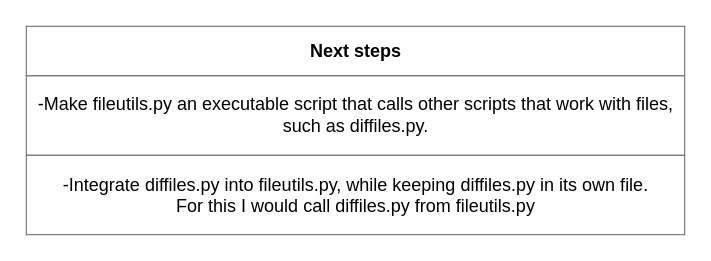
This is plan.drawio from cyber-caveman/fileutils, a draw.io file, before an edit. Source tidied: cells renumbered, new cells numbered last; positions are measured from the earlier drawing's top-left corner, leaving out a move shared by most shapes. Both pictures are drawn from the tidied source at 150%, with x=0, y=0 at pixel (26, 26).
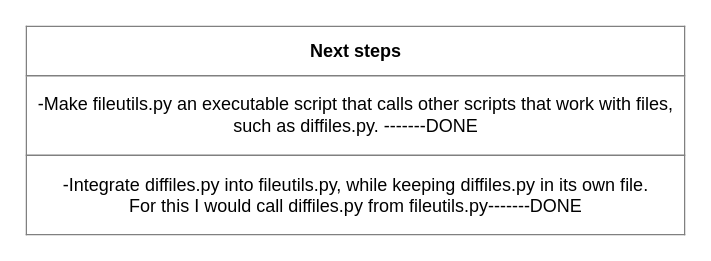
After the change.

Commit message:
Added calls to getconfig and getlines in main()

Diff of the diagram source:
```diff
@@
 <mxGraphModel>
   <root>
     <mxCell id="0" />
     <mxCell id="1" parent="0" />
-    <mxCell id="2" value="&lt;table border=&quot;1&quot; width=&quot;100%&quot; cellpadding=&quot;4&quot; style=&quot;width: 100% ; height: 100% ; border-collapse: collapse&quot;&gt;&lt;tbody&gt;&lt;tr&gt;&lt;th align=&quot;center&quot;&gt;&lt;b&gt;Next steps&lt;/b&gt;&lt;/th&gt;&lt;/tr&gt;&lt;tr&gt;&lt;td align=&quot;center&quot;&gt;-Make fileutils.py an executable script that calls other scripts that work with files,&lt;br&gt;such as diffiles.py.&lt;br&gt;&lt;/td&gt;&lt;/tr&gt;&lt;tr&gt;&lt;td align=&quot;center&quot;&gt;-Integrate diffiles.py into fileutils.py, while keeping diffiles.py in its own file.&lt;br&gt;For this I would call diffiles.py from fileutils.py&lt;/td&gt;&lt;/tr&gt;&lt;/tbody&gt;&lt;/table&gt;" style="text;html=1;strokeColor=none;fillColor=none;overflow=fill;" parent="1" vertex="1">
+    <mxCell id="2" value="&lt;table border=&quot;1&quot; width=&quot;100%&quot; cellpadding=&quot;4&quot; style=&quot;width: 100% ; height: 100% ; border-collapse: collapse&quot;&gt;&lt;tbody&gt;&lt;tr&gt;&lt;th align=&quot;center&quot;&gt;&lt;b&gt;Next steps&lt;/b&gt;&lt;/th&gt;&lt;/tr&gt;&lt;tr&gt;&lt;td align=&quot;center&quot;&gt;-Make fileutils.py an executable script that calls other scripts that work with files,&lt;br&gt;such as diffiles.py. -------DONE&lt;br&gt;&lt;/td&gt;&lt;/tr&gt;&lt;tr&gt;&lt;td align=&quot;center&quot;&gt;-Integrate diffiles.py into fileutils.py, while keeping diffiles.py in its own file.&lt;br&gt;For this I would call diffiles.py from fileutils.py-------DONE&lt;/td&gt;&lt;/tr&gt;&lt;/tbody&gt;&lt;/table&gt;" style="text;html=1;strokeColor=none;fillColor=none;overflow=fill;" parent="1" vertex="1">
       <mxGeometry width="440" height="140" as="geometry" />
     </mxCell>
   </root>
 </mxGraphModel>
```
